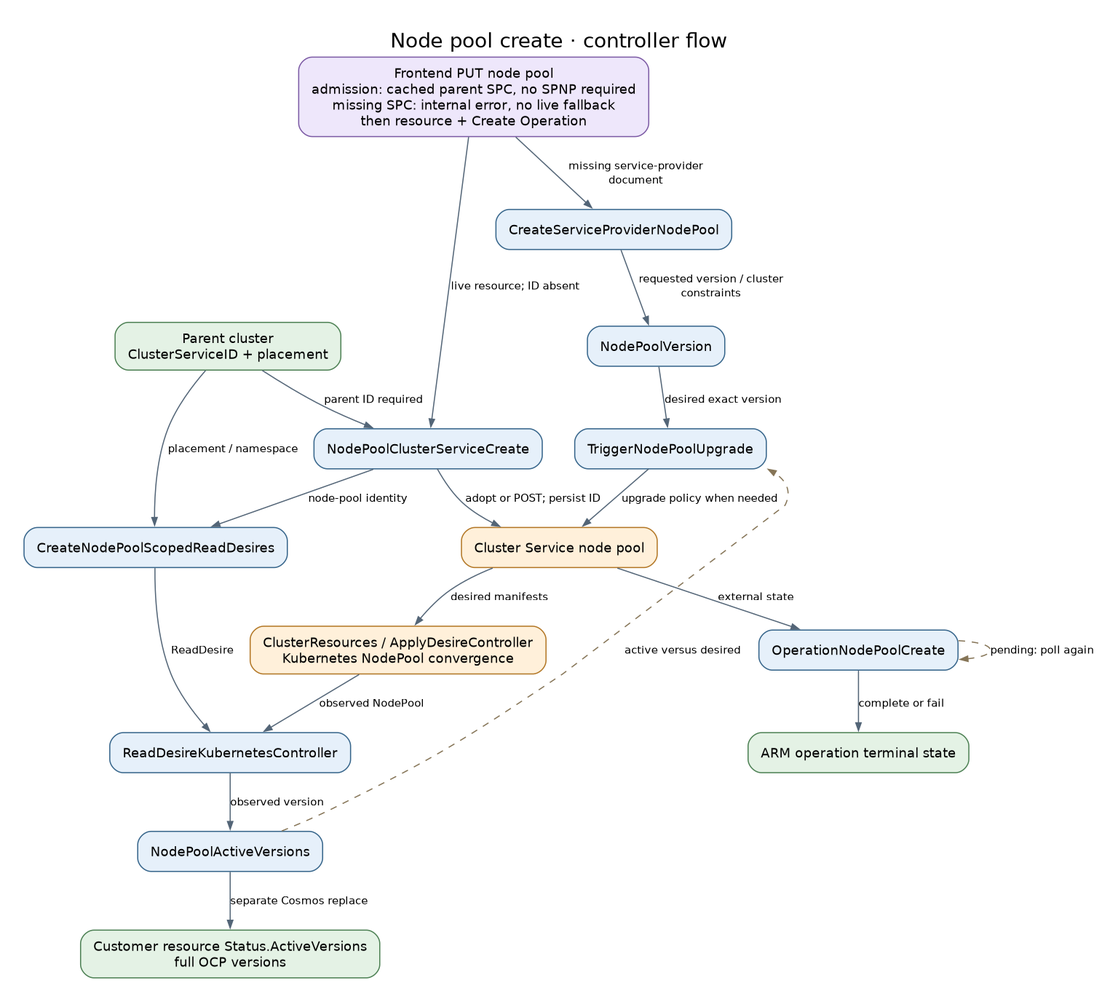
The Graphviz diagram docs/diagrams/controller-flows/nodepool-create.png in Azure/ARO-HCP, before a commit. Its source is kept beside it as docs/diagrams/controller-flows/nodepool-create.dot.
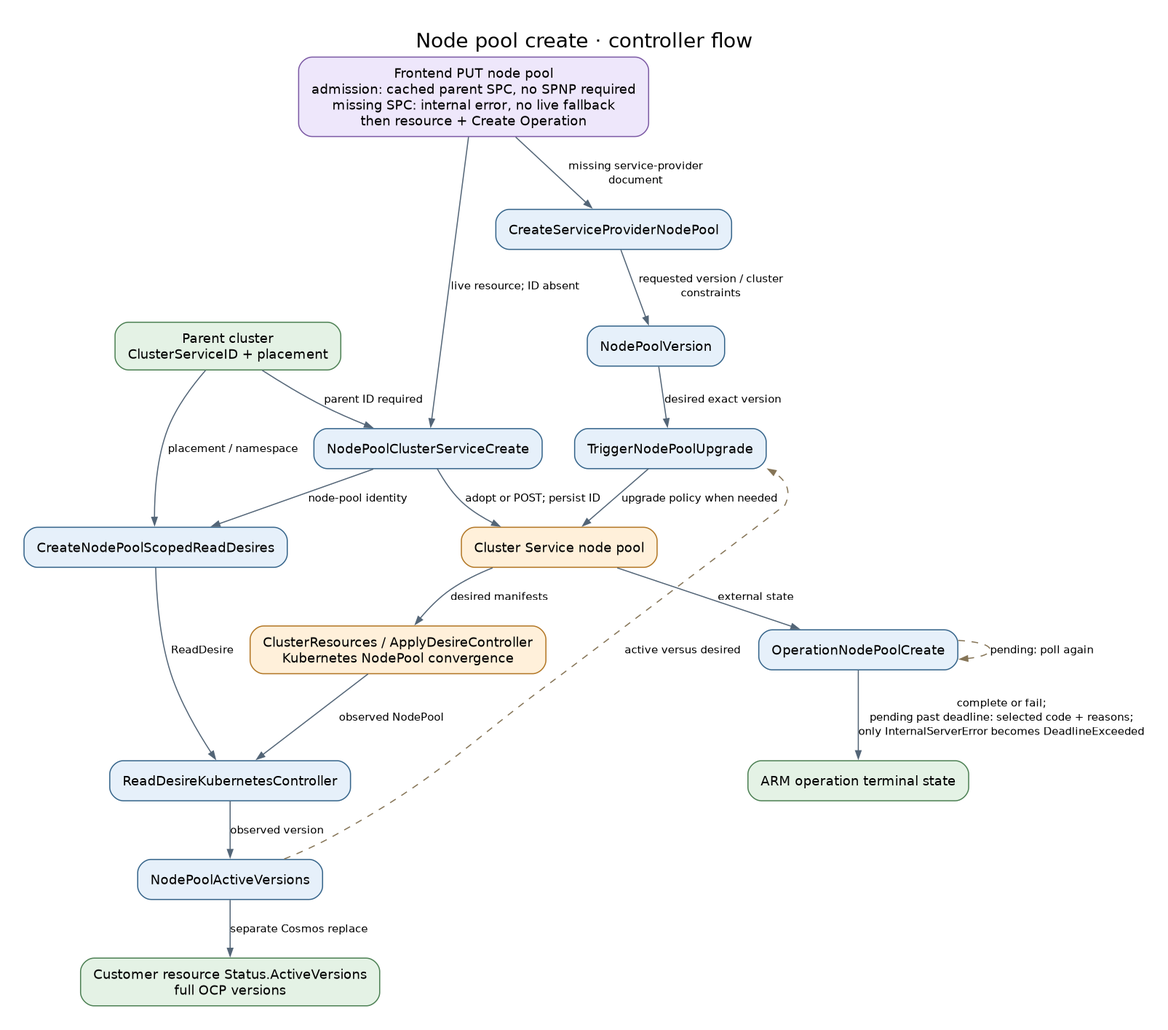
Above is the later version.

What changed in the source:
```diff
@@ -29,7 +29,7 @@
   read -> mirror [label="ReadDesire"];
   mirror -> active [label="observed version"];
   cs -> op [label="external state"];
-  op -> done [label="complete or fail"];
+  op -> done [label="complete or fail;\npending past deadline: selected code + reasons;\nonly InternalServerError becomes DeadlineExceeded"];
   observed [label="Customer resource Status.ActiveVersions\nfull OCP versions", fillcolor="#e4f2e5", color="#4c8053"];
   active -> observed [label="separate Cosmos replace"];
   active -> upgrade [label="active versus desired", style=dashed, color="#857456", constraint=false];
```
